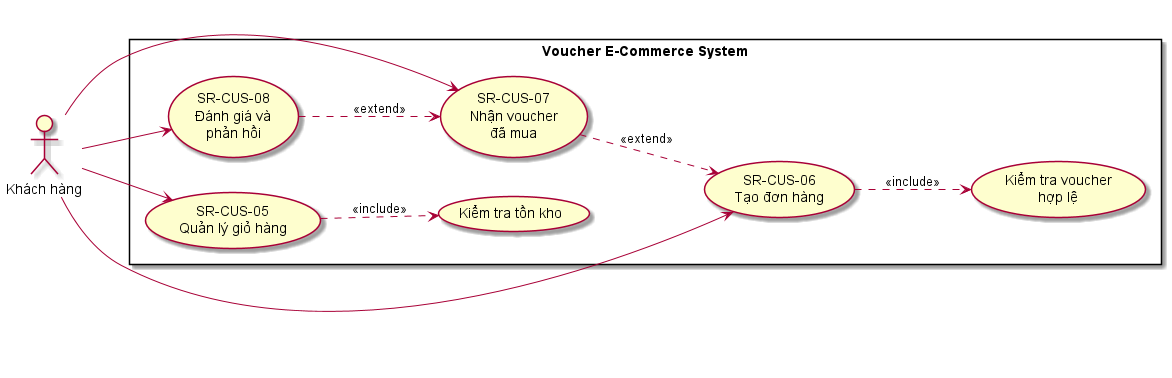
Earlier version of the PlantUML export diagram/system/khach_hang_Bao.png (Ngo-The-Dat/e-voucher-system).
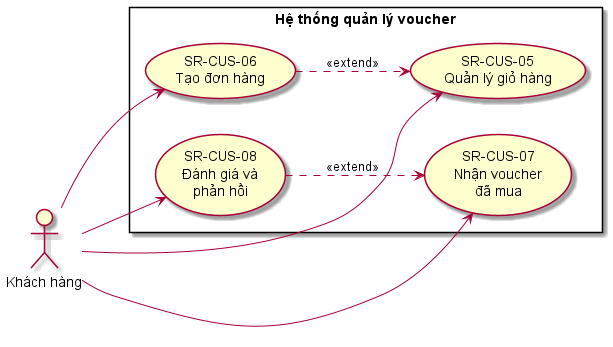
Above is the later version.

Commit message:
docs: add activity diagrams for customer workflows and align system and business use case.

Change to the diagram source:
```diff
@@ -3,16 +3,11 @@
 
 actor "Khách hàng" as Customer
 
-rectangle "Voucher E-Commerce System" {
+rectangle "Hệ thống quản lý voucher" {
 
     usecase "SR-CUS-05\nQuản lý giỏ hàng" as UC05
-    usecase "Kiểm tra tồn kho" as UC051
-
     usecase "SR-CUS-06\nTạo đơn hàng" as UC06
-    usecase "Kiểm tra voucher\nhợp lệ" as UC061
-
     usecase "SR-CUS-07\nNhận voucher\nđã mua" as UC07
-
     usecase "SR-CUS-08\nĐánh giá và\nphản hồi" as UC08
 }
 
@@ -21,10 +16,7 @@
 Customer --> UC07
 Customer --> UC08
 
-UC05 ..> UC051 : <<include>>
-UC06 ..> UC061 : <<include>>
-
-UC07 ..> UC06 : <<extend>>
+UC06 ..> UC05 : <<extend>>
 UC08 ..> UC07 : <<extend>>
 
 @enduml
```
